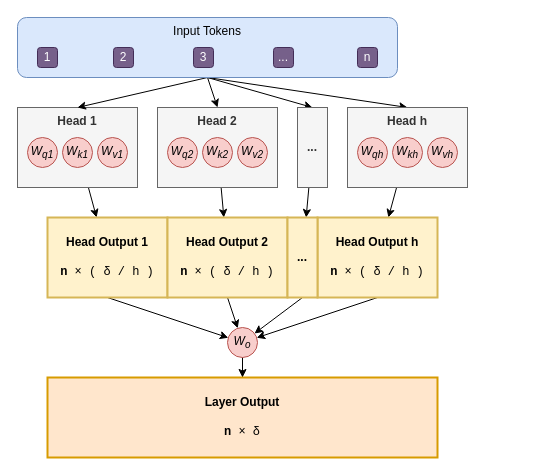
Before: book/images/attention/multi-head.drawio in yshavit/llm-notes, a draw.io diagram. Source tidied: cells renumbered, new cells numbered last; positions are measured from the earlier drawing's top-left corner, leaving out a move shared by most shapes. Both pictures are drawn from the tidied source at 100%, with x=0, y=0 at pixel (17, 17).
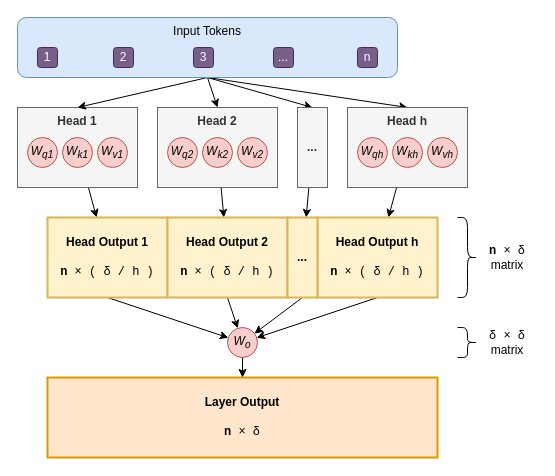
The same diagram, later.

Commit message:
attention: better graphic for multi-head

The edit, as a diff of the source:
```diff
@@
+    <mxCell id="40" style="shape=curlyBracket;whiteSpace=wrap;html=1;rounded=1;flipH=1;labelPosition=right;verticalLabelPosition=middle;align=left;verticalAlign=middle;" parent="1" vertex="1">
+      <mxGeometry x="440" y="200" width="20" height="80" as="geometry" />
+    </mxCell>
+    <mxCell id="41" value="&lt;b style=&quot;font-family: &amp;quot;Courier New&amp;quot;;&quot;&gt;n&amp;nbsp;&lt;/b&gt;&lt;span style=&quot;color: light-dark(rgb(0, 0, 0), rgb(255, 255, 255)); font-family: &amp;quot;Courier New&amp;quot;; background-color: transparent;&quot;&gt;× &lt;/span&gt;&lt;span style=&quot;color: light-dark(rgb(0, 0, 0), rgb(255, 255, 255)); font-family: &amp;quot;Courier New&amp;quot;; background-color: transparent;&quot;&gt;δ&lt;/span&gt;&lt;div&gt;&lt;span style=&quot;color: light-dark(rgb(0, 0, 0), rgb(255, 255, 255)); background-color: transparent;&quot;&gt;&lt;font face=&quot;Helvetica&quot;&gt;matrix&lt;/font&gt;&lt;/span&gt;&lt;/div&gt;" style="text;html=1;whiteSpace=wrap;strokeColor=none;fillColor=none;align=center;verticalAlign=middle;rounded=0;" parent="1" vertex="1">
+      <mxGeometry x="460" y="225" width="60" height="30" as="geometry" />
+    </mxCell>
+    <mxCell id="42" style="shape=curlyBracket;whiteSpace=wrap;html=1;rounded=1;flipH=1;labelPosition=right;verticalLabelPosition=middle;align=left;verticalAlign=middle;" parent="1" vertex="1">
+      <mxGeometry x="440" y="310" width="20" height="30" as="geometry" />
+    </mxCell>
+    <mxCell id="43" value="&lt;span style=&quot;font-family: &amp;quot;Courier New&amp;quot;;&quot;&gt;δ&lt;/span&gt;&lt;b style=&quot;font-family: &amp;quot;Courier New&amp;quot;;&quot;&gt;&amp;nbsp;&lt;/b&gt;&lt;span style=&quot;color: light-dark(rgb(0, 0, 0), rgb(255, 255, 255)); font-family: &amp;quot;Courier New&amp;quot;; background-color: transparent;&quot;&gt;× &lt;/span&gt;&lt;span style=&quot;color: light-dark(rgb(0, 0, 0), rgb(255, 255, 255)); font-family: &amp;quot;Courier New&amp;quot;; background-color: transparent;&quot;&gt;δ&lt;/span&gt;&lt;div&gt;&lt;span style=&quot;color: light-dark(rgb(0, 0, 0), rgb(255, 255, 255)); background-color: transparent;&quot;&gt;&lt;font face=&quot;Helvetica&quot;&gt;matrix&lt;/font&gt;&lt;/span&gt;&lt;/div&gt;" style="text;html=1;whiteSpace=wrap;strokeColor=none;fillColor=none;align=center;verticalAlign=middle;rounded=0;" parent="1" vertex="1">
+      <mxGeometry x="460" y="310" width="60" height="30" as="geometry" />
+    </mxCell>
```
